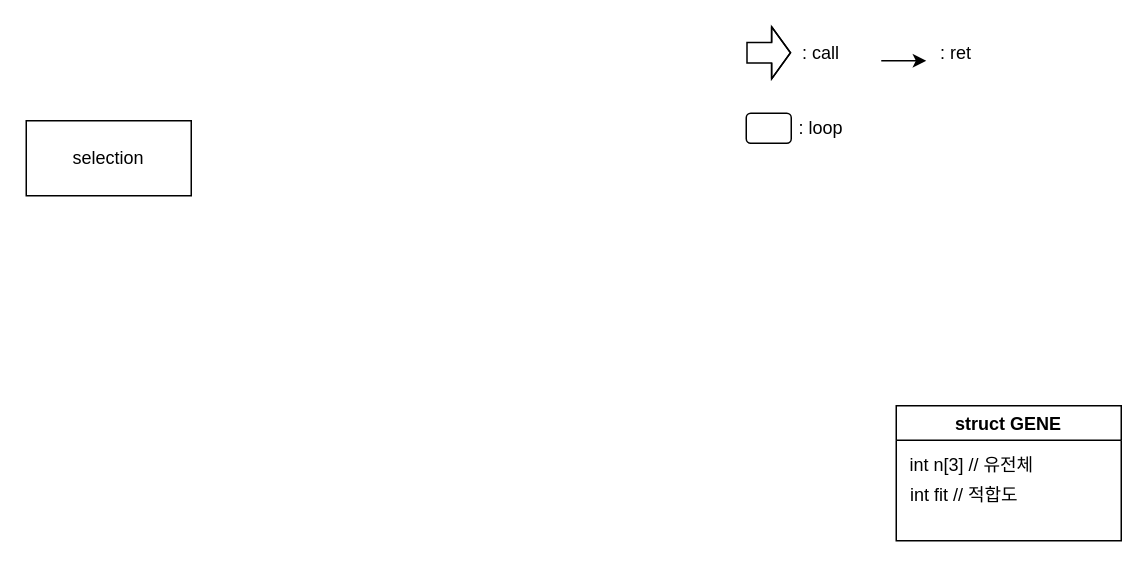
The draw.io diagram GA/selection.drawio in fr0g2s/p, before the edit. Source tidied: cells renumbered, new cells numbered last; positions are measured from the earlier drawing's top-left corner, leaving out a move shared by most shapes. Both pictures are drawn from the tidied source at 150%, with x=0, y=0 at pixel (26, 30).
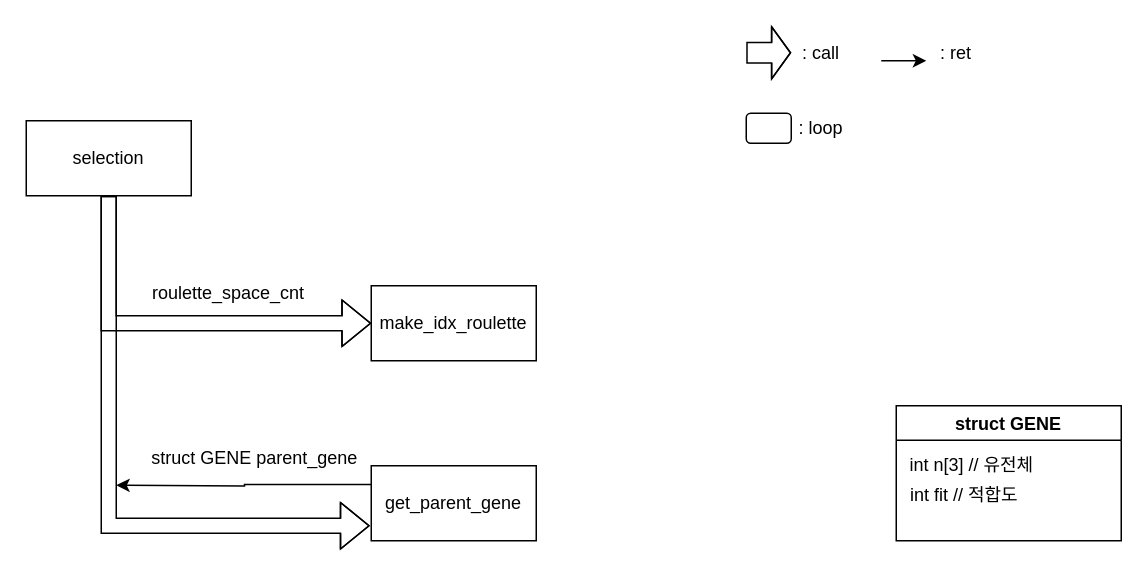
The same page after the edit.

The change refers to these unchanged cells:
```xml
<mxCell id="8" value="selection" style="rounded=0;whiteSpace=wrap;html=1;" parent="1" vertex="1">
  <mxGeometry y="60" width="110" height="50" as="geometry" />
</mxCell>
```

Diff of the diagram source:
```diff
@@
+    <mxCell id="12" style="edgeStyle=orthogonalEdgeStyle;rounded=0;jettySize=auto;html=1;exitX=0.5;exitY=1;exitDx=0;exitDy=0;entryX=0;entryY=0.5;entryDx=0;entryDy=0;shape=flexArrow;" parent="1" edge="1" source="8" target="14">
+      <mxGeometry relative="1" as="geometry" />
+    </mxCell>
+    <mxCell id="13" style="edgeStyle=orthogonalEdgeStyle;shape=flexArrow;rounded=0;jettySize=auto;html=1;exitX=0.5;exitY=1;exitDx=0;exitDy=0;" parent="1" edge="1" source="8">
+      <mxGeometry relative="1" as="geometry">
+        <mxPoint x="229" y="330" as="targetPoint" />
+        <Array as="points">
+          <mxPoint x="55" y="330" />
+        </Array>
+      </mxGeometry>
+    </mxCell>
@@
+    <mxCell id="14" value="make_idx_roulette" style="rounded=0;whiteSpace=wrap;html=1;" parent="1" vertex="1">
+      <mxGeometry x="230" y="170" width="110" height="50" as="geometry" />
+    </mxCell>
+    <mxCell id="15" value="roulette_space_cnt" style="text;html=1;strokeColor=none;fillColor=none;align=center;verticalAlign=middle;whiteSpace=wrap;rounded=0;" parent="1" vertex="1">
+      <mxGeometry x="90" y="160" width="90" height="30" as="geometry" />
+    </mxCell>
+    <mxCell id="16" style="edgeStyle=orthogonalEdgeStyle;rounded=0;jettySize=auto;html=1;exitX=0;exitY=0.25;exitDx=0;exitDy=0;" parent="1" edge="1" source="17">
+      <mxGeometry relative="1" as="geometry">
+        <mxPoint x="60" y="303" as="targetPoint" />
+      </mxGeometry>
+    </mxCell>
+    <mxCell id="17" value="get_parent_gene" style="rounded=0;whiteSpace=wrap;html=1;" parent="1" vertex="1">
+      <mxGeometry x="230" y="290" width="110" height="50" as="geometry" />
+    </mxCell>
+    <mxCell id="18" value="struct GENE parent_gene" style="text;html=1;strokeColor=none;fillColor=none;align=center;verticalAlign=middle;whiteSpace=wrap;rounded=0;" parent="1" vertex="1">
+      <mxGeometry x="60" y="270" width="185" height="30" as="geometry" />
+    </mxCell>
```
